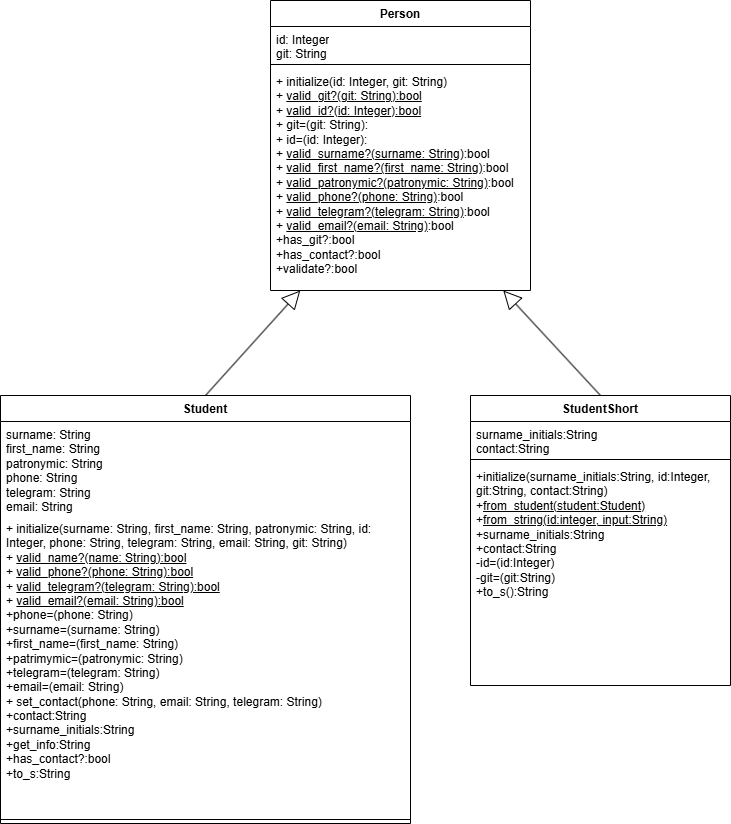
emefutty/patterns keeps this draw.io diagram as student/class_diagram.drawio.png. Above is the earlier version. Source tidied: cells renumbered, new cells last; positions are measured from the earlier drawing's top-left corner, leaving out a move shared by most shapes.
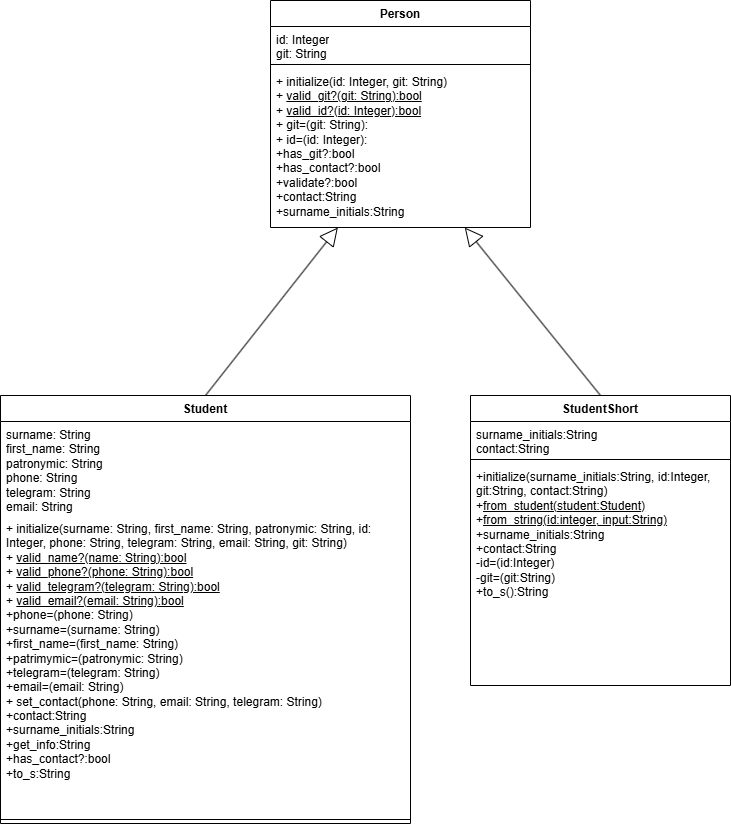
The same file after the commit.

Commit message:
Lab 2 fixed all mistakes

The edit, as a diff of the source:
```diff
@@ -3,7 +3,7 @@
     <mxCell id="0" />
     <mxCell id="1" parent="0" />
     <mxCell id="2" value="Person" style="swimlane;fontStyle=1;align=center;verticalAlign=top;horizontal=1;startSize=26;whiteSpace=wrap;html=1;" parent="1" vertex="1">
-      <mxGeometry x="270" width="260" height="290" as="geometry" />
+      <mxGeometry x="270" width="260" height="227" as="geometry" />
     </mxCell>
     <mxCell id="3" value="id: Integer&lt;div&gt;git: String&lt;/div&gt;" style="text;strokeColor=none;fillColor=none;align=left;verticalAlign=top;spacingLeft=4;spacingRight=4;overflow=hidden;whiteSpace=wrap;html=1;" parent="2" vertex="1">
       <mxGeometry y="26" width="260" height="34" as="geometry" />
@@ -11,8 +11,8 @@
     <mxCell id="4" style="line;strokeWidth=1;fillColor=none;align=left;verticalAlign=middle;spacingTop=-1;spacingLeft=3;spacingRight=3;labelPosition=right;strokeColor=inherit;" parent="2" vertex="1">
       <mxGeometry y="60" width="260" height="8" as="geometry" />
     </mxCell>
-    <mxCell id="5" value="+ initialize(id: Integer, git: String)&lt;div&gt;+ &lt;u&gt;valid_git?(git: String):bool&lt;/u&gt;&lt;/div&gt;&lt;div&gt;+ &lt;u&gt;valid_id?(id: Integer):bool&lt;/u&gt;&lt;/div&gt;&lt;div&gt;+ git=(git: String):&lt;/div&gt;&lt;div&gt;+ id=(id: Integer):&lt;/div&gt;&lt;div&gt;&lt;span style=&quot;background-color: initial; color: light-dark(rgb(0, 0, 0), rgb(255, 255, 255));&quot;&gt;+ &lt;/span&gt;&lt;u style=&quot;background-color: initial; color: light-dark(rgb(0, 0, 0), rgb(255, 255, 255));&quot;&gt;valid_surname?(surname: String&lt;/u&gt;&lt;span style=&quot;background-color: initial; color: light-dark(rgb(0, 0, 0), rgb(255, 255, 255));&quot;&gt;)&lt;/span&gt;&lt;span style=&quot;background-color: initial; color: light-dark(rgb(0, 0, 0), rgb(255, 255, 255));&quot;&gt;:bool&lt;/span&gt;&lt;/div&gt;&lt;div&gt;+ &lt;u&gt;valid_first_name?(first_name: String)&lt;/u&gt;&lt;span style=&quot;background-color: initial;&quot;&gt;:bool&lt;/span&gt;&lt;/div&gt;&lt;div&gt;+ &lt;u&gt;valid_patronymic?(patronymic: String)&lt;/u&gt;&lt;span style=&quot;background-color: initial;&quot;&gt;:bool&lt;/span&gt;&lt;/div&gt;&lt;div&gt;+ &lt;u&gt;valid_phone?(phone: String)&lt;/u&gt;&lt;span style=&quot;background-color: initial;&quot;&gt;:bool&lt;/span&gt;&lt;/div&gt;&lt;div&gt;+ &lt;u&gt;valid_telegram?(telegram: String)&lt;/u&gt;&lt;span style=&quot;background-color: initial;&quot;&gt;:bool&lt;/span&gt;&lt;/div&gt;&lt;div&gt;+ &lt;u&gt;valid_email?(email: String)&lt;/u&gt;&lt;span style=&quot;background-color: initial;&quot;&gt;:bool&lt;/span&gt;&lt;/div&gt;&lt;div&gt;&lt;div&gt;+has_git?:bool&lt;/div&gt;&lt;div&gt;+has_contact?:bool&lt;/div&gt;&lt;/div&gt;&lt;div&gt;+validate?:bool&lt;/div&gt;" style="text;strokeColor=none;fillColor=none;align=left;verticalAlign=top;spacingLeft=4;spacingRight=4;overflow=hidden;points=[[0,0.5],[1,0.5]];portConstraint=eastwest;whiteSpace=wrap;html=1;" parent="2" vertex="1">
-      <mxGeometry y="68" width="260" height="222" as="geometry" />
+    <mxCell id="5" value="+ initialize(id: Integer, git: String)&lt;div&gt;+ &lt;u&gt;valid_git?(git: String):bool&lt;/u&gt;&lt;/div&gt;&lt;div&gt;+ &lt;u&gt;valid_id?(id: Integer):bool&lt;/u&gt;&lt;/div&gt;&lt;div&gt;+ git=(git: String):&lt;/div&gt;&lt;div&gt;+ id=(id: Integer):&lt;/div&gt;&lt;div&gt;&lt;span style=&quot;background-color: transparent; color: light-dark(rgb(0, 0, 0), rgb(255, 255, 255));&quot;&gt;+has_git?:bool&lt;/span&gt;&lt;/div&gt;&lt;div&gt;&lt;div&gt;+has_contact?:bool&lt;/div&gt;&lt;/div&gt;&lt;div&gt;+validate?:bool&lt;/div&gt;&lt;div&gt;&lt;div&gt;&lt;span style=&quot;background-color: initial;&quot;&gt;+contact:String&lt;/span&gt;&lt;/div&gt;&lt;div&gt;&lt;span style=&quot;background-color: initial;&quot;&gt;+surname_initials:String&lt;/span&gt;&lt;/div&gt;&lt;/div&gt;" style="text;strokeColor=none;fillColor=none;align=left;verticalAlign=top;spacingLeft=4;spacingRight=4;overflow=hidden;points=[[0,0.5],[1,0.5]];portConstraint=eastwest;whiteSpace=wrap;html=1;" parent="2" vertex="1">
+      <mxGeometry y="68" width="260" height="159" as="geometry" />
     </mxCell>
     <mxCell id="6" value="Student" style="swimlane;fontStyle=1;align=center;verticalAlign=top;horizontal=1;startSize=26;whiteSpace=wrap;html=1;" parent="1" vertex="1">
       <mxGeometry y="395" width="410" height="428" as="geometry" />
```
